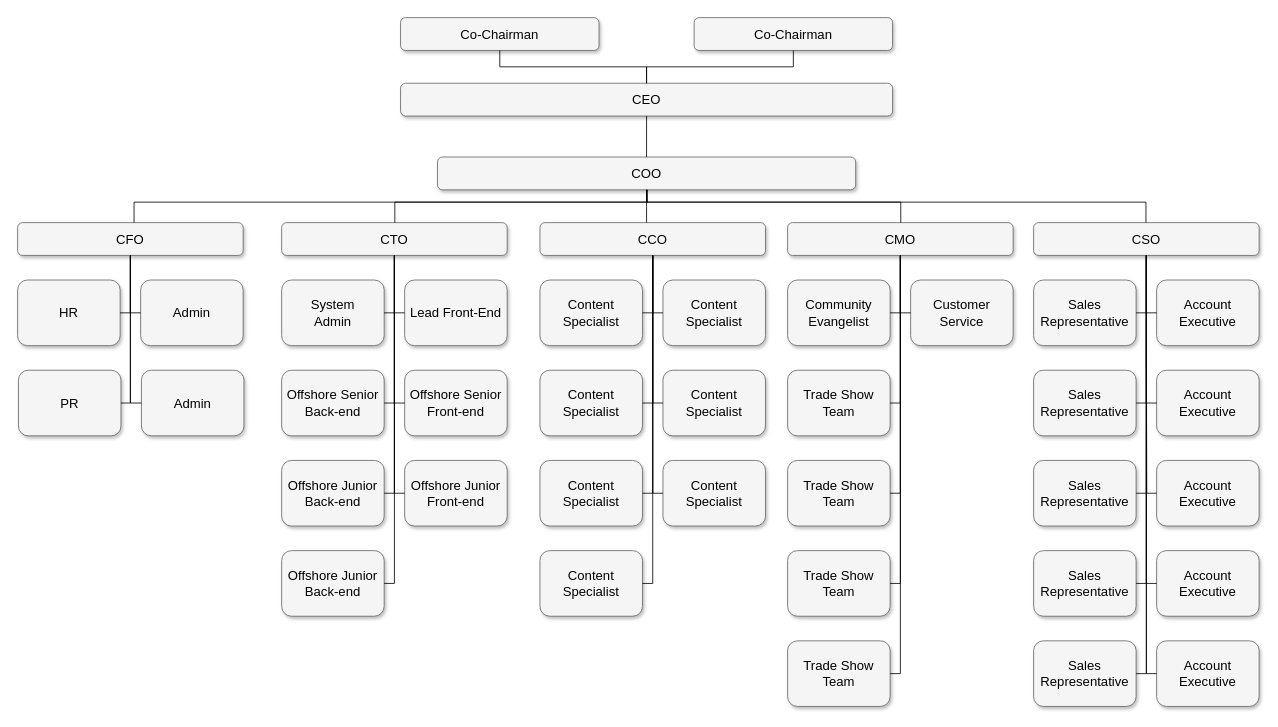
The draw.io diagram Untitled Diagram.drawio in madscientist-314/kit-logger, before the edit. Source tidied: cells renumbered, new cells numbered last; positions are measured from the earlier drawing's top-left corner, leaving out a move shared by most shapes. Both pictures are drawn from the tidied source at 82%, with x=0, y=0 at pixel (17, 17).
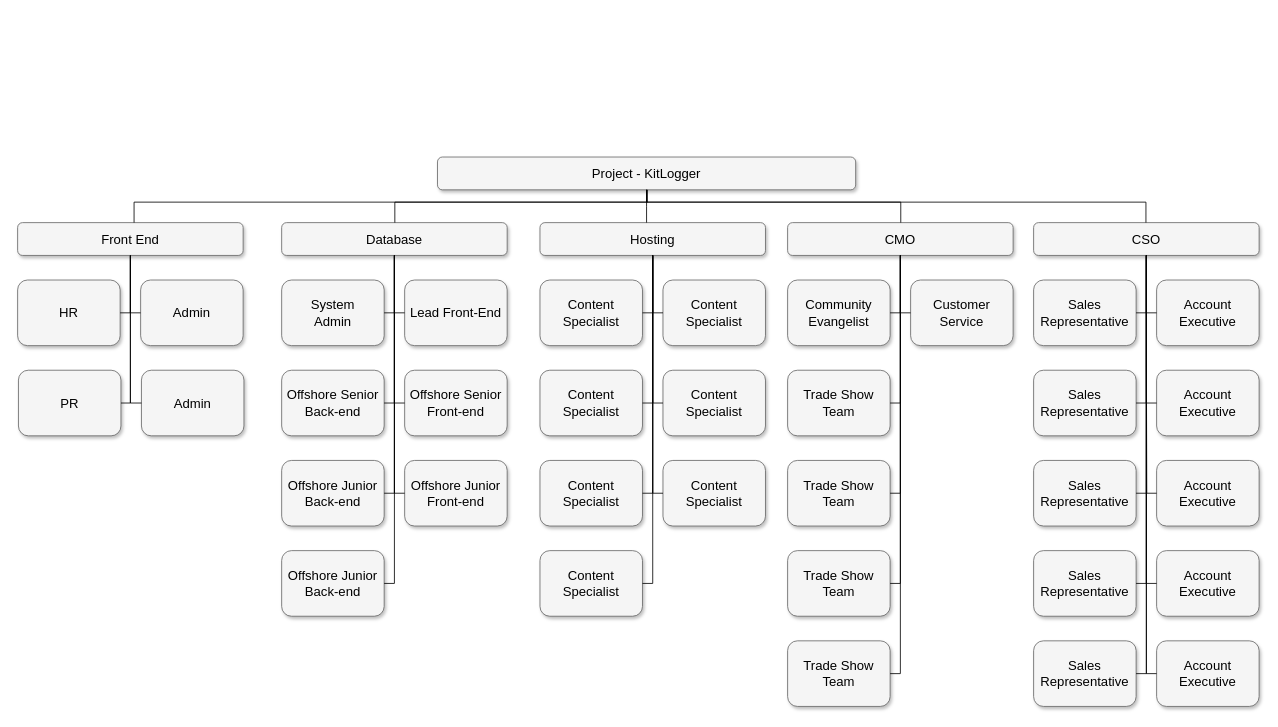
The same diagram, later.

The edit, as a diff of the source:
```diff
@@
-    <mxCell id="2" value="Co-Chairman" style="whiteSpace=wrap;html=1;rounded=1;shadow=1;strokeWidth=1;fontSize=16;align=center;fillColor=#f5f5f5;strokeColor=#666666;" parent="1" vertex="1">
-      <mxGeometry x="825" width="242" height="40" as="geometry" />
-    </mxCell>
-    <mxCell id="3" value="CEO" style="whiteSpace=wrap;html=1;rounded=1;shadow=1;strokeWidth=1;fontSize=16;align=center;fillColor=#f5f5f5;strokeColor=#666666;" parent="1" vertex="1">
-      <mxGeometry x="467" y="80" width="600" height="40" as="geometry" />
-    </mxCell>
-    <mxCell id="4" value="COO" style="whiteSpace=wrap;html=1;rounded=1;shadow=1;strokeWidth=1;fontSize=16;align=center;fillColor=#f5f5f5;strokeColor=#666666;" parent="1" vertex="1">
+    <mxCell id="4" value="Project - KitLogger" style="whiteSpace=wrap;html=1;rounded=1;shadow=1;strokeWidth=1;fontSize=16;align=center;fillColor=#f5f5f5;strokeColor=#666666;" parent="1" vertex="1">
       <mxGeometry x="512" y="170" width="510" height="40" as="geometry" />
     </mxCell>
-    <mxCell id="5" value="CTO" style="whiteSpace=wrap;html=1;rounded=1;shadow=1;strokeWidth=1;fontSize=16;align=center;fillColor=#f5f5f5;strokeColor=#666666;" parent="1" vertex="1">
+    <mxCell id="5" value="Database" style="whiteSpace=wrap;html=1;rounded=1;shadow=1;strokeWidth=1;fontSize=16;align=center;fillColor=#f5f5f5;strokeColor=#666666;" parent="1" vertex="1">
       <mxGeometry x="322" y="250" width="275" height="40" as="geometry" />
     </mxCell>
-    <mxCell id="6" value="CCO" style="whiteSpace=wrap;html=1;rounded=1;shadow=1;strokeWidth=1;fontSize=16;align=center;fillColor=#f5f5f5;strokeColor=#666666;" parent="1" vertex="1">
+    <mxCell id="6" value="Hosting" style="whiteSpace=wrap;html=1;rounded=1;shadow=1;strokeWidth=1;fontSize=16;align=center;fillColor=#f5f5f5;strokeColor=#666666;" parent="1" vertex="1">
       <mxGeometry x="637" y="250" width="275" height="40" as="geometry" />
     </mxCell>
-    <mxCell id="7" value="CFO" style="whiteSpace=wrap;html=1;rounded=1;shadow=1;strokeWidth=1;fontSize=16;align=center;fillColor=#f5f5f5;strokeColor=#666666;" parent="1" vertex="1">
+    <mxCell id="7" value="Front End" style="whiteSpace=wrap;html=1;rounded=1;shadow=1;strokeWidth=1;fontSize=16;align=center;fillColor=#f5f5f5;strokeColor=#666666;" parent="1" vertex="1">
       <mxGeometry y="250" width="275" height="40" as="geometry" />
     </mxCell>
@@
-    <mxCell id="40" value="Co-Chairman" style="whiteSpace=wrap;html=1;rounded=1;shadow=1;strokeWidth=1;fontSize=16;align=center;fillColor=#f5f5f5;strokeColor=#666666;" parent="1" vertex="1">
-      <mxGeometry x="467" width="242" height="40" as="geometry" />
-    </mxCell>
@@
-    <mxCell id="45" style="edgeStyle=orthogonalEdgeStyle;html=1;startSize=6;endFill=0;endSize=6;strokeWidth=1;fontSize=16;rounded=0;endArrow=none;" parent="1" edge="1" source="40" target="3">
-      <mxGeometry relative="1" as="geometry" />
+    <mxCell id="45" style="edgeStyle=orthogonalEdgeStyle;html=1;startSize=6;endFill=0;endSize=6;strokeWidth=1;fontSize=16;rounded=0;endArrow=none;" parent="1" edge="1">
+      <mxGeometry relative="1" as="geometry">
+        <mxPoint x="588.1" y="40" as="sourcePoint" />
+      </mxGeometry>
     </mxCell>
-    <mxCell id="46" style="edgeStyle=orthogonalEdgeStyle;html=1;startSize=6;endFill=0;endSize=6;strokeWidth=1;fontSize=16;rounded=0;endArrow=none;" parent="1" edge="1" source="2" target="3">
-      <mxGeometry relative="1" as="geometry" />
+    <mxCell id="46" style="edgeStyle=orthogonalEdgeStyle;html=1;startSize=6;endFill=0;endSize=6;strokeWidth=1;fontSize=16;rounded=0;endArrow=none;" parent="1" edge="1">
+      <mxGeometry relative="1" as="geometry">
+        <mxPoint x="946.1" y="40" as="sourcePoint" />
+      </mxGeometry>
     </mxCell>
-    <mxCell id="47" style="edgeStyle=orthogonalEdgeStyle;html=1;startSize=6;endFill=0;endSize=6;strokeWidth=1;fontSize=16;rounded=0;endArrow=none;" parent="1" edge="1" source="3" target="4">
-      <mxGeometry relative="1" as="geometry" />
-    </mxCell>
```
